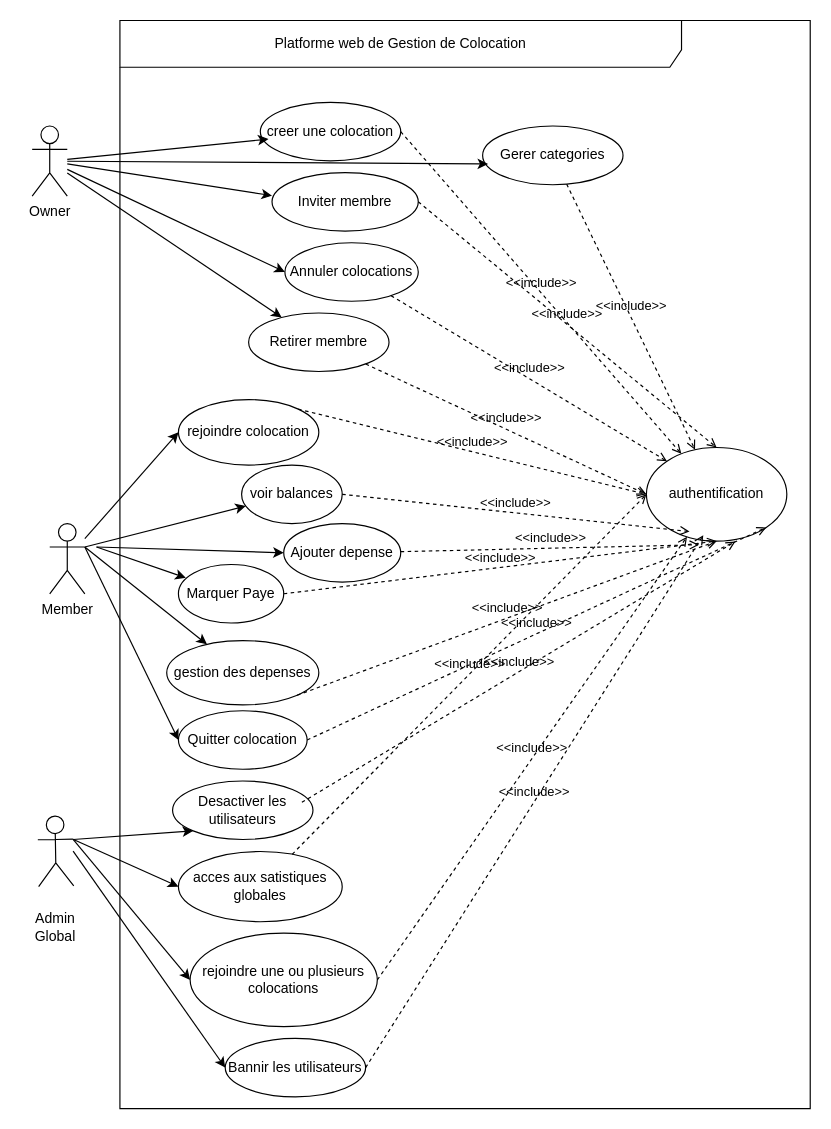
The draw.io diagram UML/UseCase.drawio in Oumohgh/EasyColoc, before the edit. Source tidied: cells renumbered, new cells numbered last; positions are measured from the earlier drawing's top-left corner, leaving out a move shared by most shapes. Both pictures are drawn from the tidied source at 117%, with x=0, y=0 at pixel (20, 20).
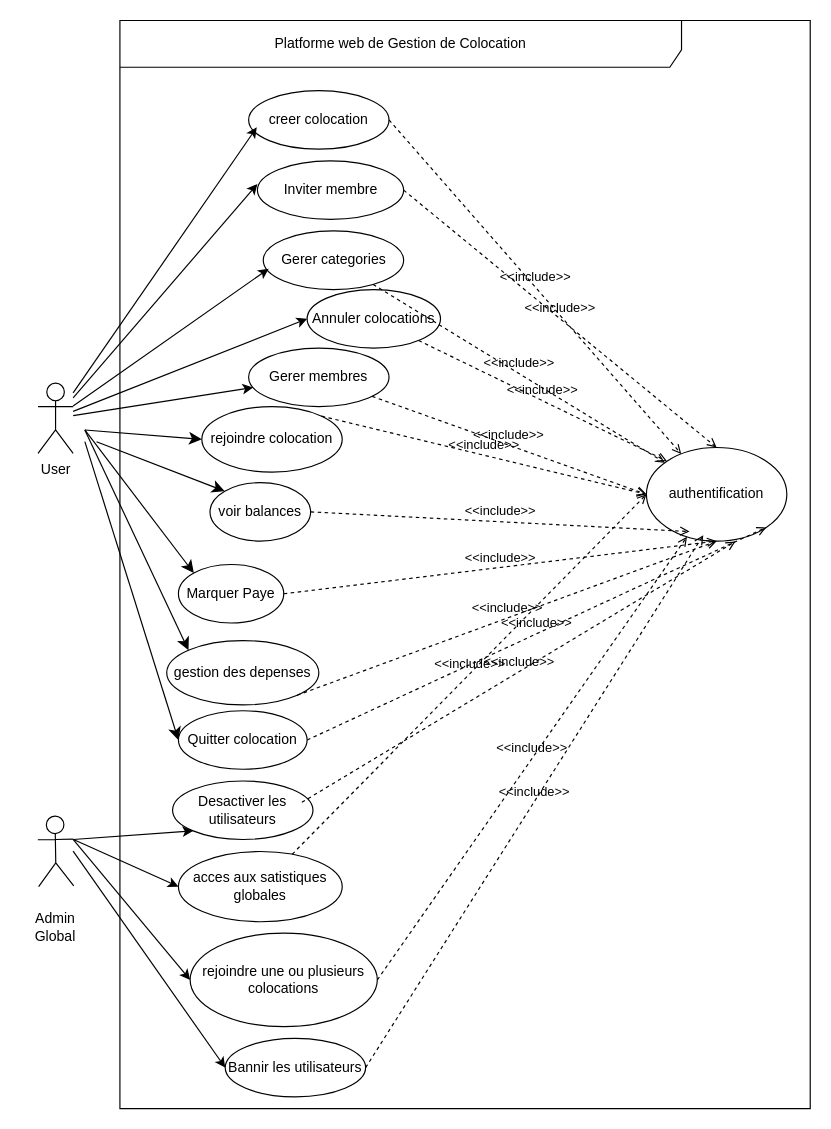
The same diagram, later.

Commit message (it also covers changes not shown here):
modifier column dans invitations pour liee avec users :invited_user_id  ajouter constrained avec table users

Unchanged cells that the change refers to:
```xml
<mxCell id="7" value="authentification" style="ellipse;whiteSpace=wrap;html=1;" parent="1" vertex="1">
  <mxGeometry x="535" y="365" width="120" height="80" as="geometry" />
</mxCell>
<mxCell id="14" value="gestion des depenses" style="ellipse;whiteSpace=wrap;html=1;" parent="1" vertex="1">
  <mxGeometry x="125" y="530" width="130" height="55" as="geometry" />
</mxCell>
<mxCell id="22" value="Marquer Paye" style="ellipse;whiteSpace=wrap;html=1;" parent="1" vertex="1">
  <mxGeometry x="135" y="465" width="90" height="50" as="geometry" />
</mxCell>
<mxCell id="23" value="Quitter colocation" style="ellipse;whiteSpace=wrap;html=1;" parent="1" vertex="1">
  <mxGeometry x="135" y="590" width="110" height="50" as="geometry" />
</mxCell>
```

Diff of the diagram source:
```diff
@@
-    <mxCell id="2" value="Member" style="shape=umlActor;verticalLabelPosition=bottom;verticalAlign=top;html=1;outlineConnect=0;" parent="1" vertex="1">
-      <mxGeometry x="25" y="430" width="30" height="60" as="geometry" />
-    </mxCell>
@@
     <mxCell id="6" value="rejoindre colocation" style="ellipse;whiteSpace=wrap;html=1;" parent="1" vertex="1">
-      <mxGeometry x="135" y="324" width="120" height="56" as="geometry" />
+      <mxGeometry x="155" y="330" width="120" height="56" as="geometry" />
     </mxCell>
@@
-    <mxCell id="10" value="Owner&lt;div&gt;&lt;br&gt;&lt;/div&gt;" style="shape=umlActor;verticalLabelPosition=bottom;verticalAlign=top;html=1;outlineConnect=0;" parent="1" vertex="1">
-      <mxGeometry x="10" y="90.2" width="30" height="60" as="geometry" />
+    <mxCell id="10" value="User" style="shape=umlActor;verticalLabelPosition=bottom;verticalAlign=top;html=1;outlineConnect=0;" parent="1" vertex="1">
+      <mxGeometry x="15" y="310" width="30" height="60" as="geometry" />
     </mxCell>
@@
-    <mxCell id="13" value="creer une colocation" style="ellipse;whiteSpace=wrap;html=1;" parent="1" vertex="1">
-      <mxGeometry x="205" y="70" width="120" height="50" as="geometry" />
+    <mxCell id="13" value="creer colocation" style="ellipse;whiteSpace=wrap;html=1;" parent="1" vertex="1">
+      <mxGeometry x="195" y="60" width="120" height="50" as="geometry" />
     </mxCell>
@@
-    <mxCell id="19" style="endArrow=classic;html=1;rounded=0;entryX=0;entryY=0.5;entryDx=0;entryDy=0;" parent="1" edge="1" source="2" target="6">
-      <mxGeometry relative="1" as="geometry" />
-    </mxCell>
-    <mxCell id="20" value="Ajouter depense" style="ellipse;whiteSpace=wrap;html=1;" parent="1" vertex="1">
-      <mxGeometry x="225" y="430" width="100" height="50" as="geometry" />
-    </mxCell>
     <mxCell id="21" value="voir balances" style="ellipse;whiteSpace=wrap;html=1;" parent="1" vertex="1">
-      <mxGeometry x="189" y="380" width="86" height="50" as="geometry" />
+      <mxGeometry x="162" y="395" width="86" height="50" as="geometry" />
     </mxCell>
@@
-    <mxCell id="24" style="endArrow=classic;html=1;rounded=0;" parent="1" edge="1" target="21">
-      <mxGeometry relative="1" as="geometry">
-        <mxPoint x="55" y="450" as="sourcePoint" />
-      </mxGeometry>
-    </mxCell>
-    <mxCell id="25" style="endArrow=classic;html=1;rounded=0;" parent="1" edge="1" target="14">
-      <mxGeometry relative="1" as="geometry">
-        <mxPoint x="55" y="450" as="sourcePoint" />
-      </mxGeometry>
-    </mxCell>
-    <mxCell id="26" style="endArrow=classic;html=1;rounded=0;exitX=1;exitY=0.3333333333333333;exitDx=0;exitDy=0;exitPerimeter=0;entryX=0;entryY=0.5;entryDx=0;entryDy=0;" parent="1" edge="1" source="2" target="23">
-      <mxGeometry relative="1" as="geometry" />
-    </mxCell>
-    <mxCell id="27" style="endArrow=classic;html=1;rounded=0;entryX=0.07;entryY=0.227;entryDx=0;entryDy=0;entryPerimeter=0;" parent="1" edge="1" target="22">
-      <mxGeometry relative="1" as="geometry">
-        <mxPoint x="65" y="450" as="sourcePoint" />
-      </mxGeometry>
-    </mxCell>
-    <mxCell id="28" style="endArrow=classic;html=1;rounded=0;entryX=0;entryY=0.5;entryDx=0;entryDy=0;" parent="1" edge="1" target="20">
-      <mxGeometry relative="1" as="geometry">
-        <mxPoint x="65" y="450" as="sourcePoint" />
-      </mxGeometry>
-    </mxCell>
     <mxCell id="29" value="Inviter membre" style="ellipse;whiteSpace=wrap;html=1;" parent="1" vertex="1">
-      <mxGeometry x="215" y="130" width="125" height="50" as="geometry" />
+      <mxGeometry x="202.5" y="120" width="125" height="50" as="geometry" />
     </mxCell>
-    <mxCell id="30" value="Retirer membre" style="ellipse;whiteSpace=wrap;html=1;" parent="1" vertex="1">
-      <mxGeometry x="195" y="250" width="120" height="50" as="geometry" />
+    <mxCell id="30" value="Gerer membres" style="ellipse;whiteSpace=wrap;html=1;" parent="1" vertex="1">
+      <mxGeometry x="195" y="280" width="120" height="50" as="geometry" />
     </mxCell>
     <mxCell id="31" value="Gerer categories" style="ellipse;whiteSpace=wrap;html=1;" parent="1" vertex="1">
-      <mxGeometry x="395" y="90.2" width="120" height="50.2" as="geometry" />
+      <mxGeometry x="207.5" y="179.8" width="120" height="50.2" as="geometry" />
     </mxCell>
     <mxCell id="32" value="Annuler colocations" style="ellipse;whiteSpace=wrap;html=1;" parent="1" vertex="1">
-      <mxGeometry x="226" y="190" width="114" height="50" as="geometry" />
+      <mxGeometry x="245" y="230" width="114" height="50" as="geometry" />
     </mxCell>
@@
-    <mxCell id="45" value="&amp;lt;&amp;lt;include&amp;gt;&amp;gt;" style="html=1;verticalAlign=bottom;labelBackgroundColor=none;endArrow=open;endFill=0;dashed=1;rounded=0;entryX=0.375;entryY=1.039;entryDx=0;entryDy=0;entryPerimeter=0;" parent="1" edge="1" source="20" target="7">
-      <mxGeometry relative="1" as="geometry" />
-    </mxCell>
@@
+    <mxCell id="54" style="endArrow=classic;html=1;rounded=0;fontSize=12;startSize=8;endSize=8;curved=1;entryX=0;entryY=0.5;entryDx=0;entryDy=0;" parent="1" edge="1" target="6">
+      <mxGeometry relative="1" as="geometry">
+        <mxPoint x="55" y="350" as="sourcePoint" />
+      </mxGeometry>
+    </mxCell>
+    <mxCell id="55" style="endArrow=classic;html=1;rounded=0;fontSize=12;startSize=8;endSize=8;curved=1;entryX=0;entryY=0.5;entryDx=0;entryDy=0;" parent="1" edge="1" target="23">
+      <mxGeometry relative="1" as="geometry">
+        <mxPoint x="55" y="360" as="sourcePoint" />
+      </mxGeometry>
+    </mxCell>
+    <mxCell id="56" style="endArrow=classic;html=1;rounded=0;fontSize=12;startSize=8;endSize=8;curved=1;entryX=0;entryY=0;entryDx=0;entryDy=0;" parent="1" edge="1" target="21">
+      <mxGeometry relative="1" as="geometry">
+        <mxPoint x="65" y="360" as="sourcePoint" />
+      </mxGeometry>
+    </mxCell>
+    <mxCell id="57" style="endArrow=classic;html=1;rounded=0;fontSize=12;startSize=8;endSize=8;curved=1;entryX=0;entryY=0;entryDx=0;entryDy=0;" parent="1" edge="1" target="22">
+      <mxGeometry relative="1" as="geometry">
+        <mxPoint x="55" y="350" as="sourcePoint" />
+      </mxGeometry>
+    </mxCell>
+    <mxCell id="58" style="endArrow=classic;html=1;rounded=0;fontSize=12;startSize=8;endSize=8;curved=1;entryX=0;entryY=0;entryDx=0;entryDy=0;" parent="1" edge="1" target="14">
+      <mxGeometry relative="1" as="geometry">
+        <mxPoint x="55" y="350" as="sourcePoint" />
+      </mxGeometry>
+    </mxCell>
```
